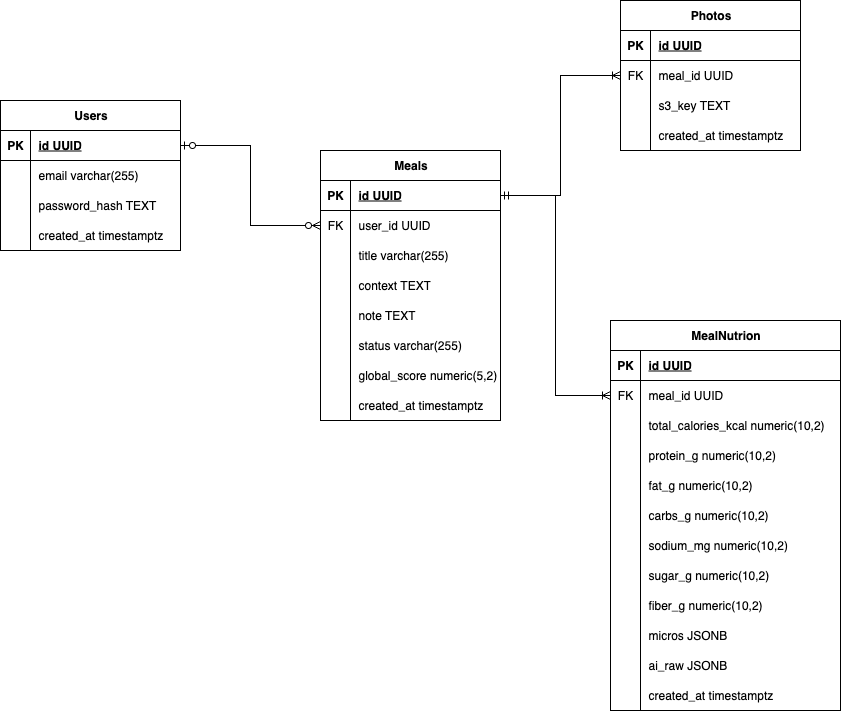
Above: assets/MeailMind_ERD.png in NoreoOreo/MealMind (draw.io), before the change. Source tidied: cells renumbered, new cells last; positions are measured from the earlier drawing's top-left corner, leaving out a move shared by most shapes.
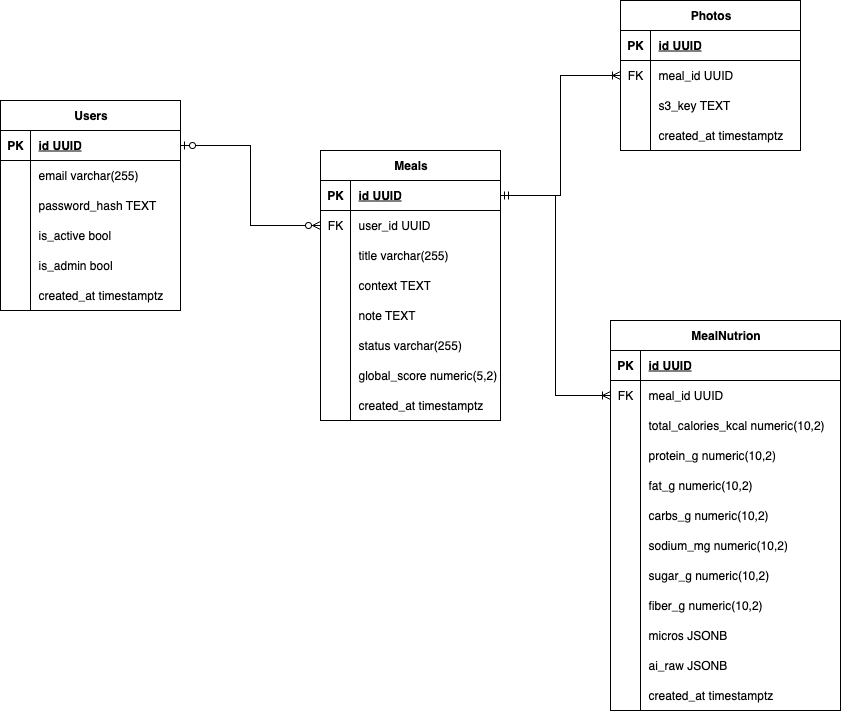
Later version of the same file.

Commit message:
check ERD

Diff of the diagram source:
```diff
@@ -3,7 +3,7 @@
     <mxCell id="0" />
     <mxCell id="1" parent="0" />
     <mxCell id="2" value="Users" style="shape=table;startSize=30;rowLines=0;fontStyle=1;align=center;html=1;" parent="1" vertex="1">
-      <mxGeometry y="100" width="180" height="150" as="geometry" />
+      <mxGeometry y="100" width="180" height="210" as="geometry" />
     </mxCell>
     <mxCell id="3" style="shape=tableRow;horizontal=0;startSize=0;swimlaneHead=0;swimlaneBody=0;fillColor=none;points=[[0,0.5],[1,0.5]];portConstraint=eastwest;top=0;left=0;right=0;bottom=1;" parent="2" vertex="1">
       <mxGeometry y="30" width="180" height="30" as="geometry" />
@@ -32,8 +32,26 @@
     <mxCell id="11" value="password_hash TEXT" style="shape=partialRectangle;fillColor=none;top=0;left=0;bottom=0;right=0;align=left;spacingLeft=6;overflow=hidden;whiteSpace=wrap;html=1;" parent="9" vertex="1">
       <mxGeometry x="30" width="150" height="30" as="geometry" />
     </mxCell>
+    <mxCell id="93" style="shape=tableRow;horizontal=0;startSize=0;swimlaneHead=0;swimlaneBody=0;fillColor=none;top=0;left=0;right=0;bottom=0;" parent="2" vertex="1">
+      <mxGeometry y="120" width="180" height="30" as="geometry" />
+    </mxCell>
+    <mxCell id="94" style="shape=partialRectangle;fillColor=none;top=0;left=0;bottom=0;right=0;overflow=hidden;whiteSpace=wrap;html=1;" parent="93" vertex="1">
+      <mxGeometry width="30" height="30" as="geometry" />
+    </mxCell>
+    <mxCell id="95" value="is_active bool" style="shape=partialRectangle;fillColor=none;top=0;left=0;bottom=0;right=0;align=left;spacingLeft=6;overflow=hidden;whiteSpace=wrap;html=1;" parent="93" vertex="1">
+      <mxGeometry x="30" width="150" height="30" as="geometry" />
+    </mxCell>
+    <mxCell id="96" style="shape=tableRow;horizontal=0;startSize=0;swimlaneHead=0;swimlaneBody=0;fillColor=none;top=0;left=0;right=0;bottom=0;" parent="2" vertex="1">
+      <mxGeometry y="150" width="180" height="30" as="geometry" />
+    </mxCell>
+    <mxCell id="97" style="shape=partialRectangle;fillColor=none;top=0;left=0;bottom=0;right=0;overflow=hidden;whiteSpace=wrap;html=1;" parent="96" vertex="1">
+      <mxGeometry width="30" height="30" as="geometry" />
+    </mxCell>
+    <mxCell id="98" value="is_admin bool" style="shape=partialRectangle;fillColor=none;top=0;left=0;bottom=0;right=0;align=left;spacingLeft=6;overflow=hidden;whiteSpace=wrap;html=1;" parent="96" vertex="1">
+      <mxGeometry x="30" width="150" height="30" as="geometry" />
+    </mxCell>
     <mxCell id="12" style="shape=tableRow;horizontal=0;startSize=0;swimlaneHead=0;swimlaneBody=0;fillColor=none;top=0;left=0;right=0;bottom=0;" parent="2" vertex="1">
-      <mxGeometry y="120" width="180" height="30" as="geometry" />
+      <mxGeometry y="180" width="180" height="30" as="geometry" />
     </mxCell>
     <mxCell id="13" style="shape=partialRectangle;fillColor=none;top=0;left=0;bottom=0;right=0;overflow=hidden;whiteSpace=wrap;html=1;" parent="12" vertex="1">
       <mxGeometry width="30" height="30" as="geometry" />
```
